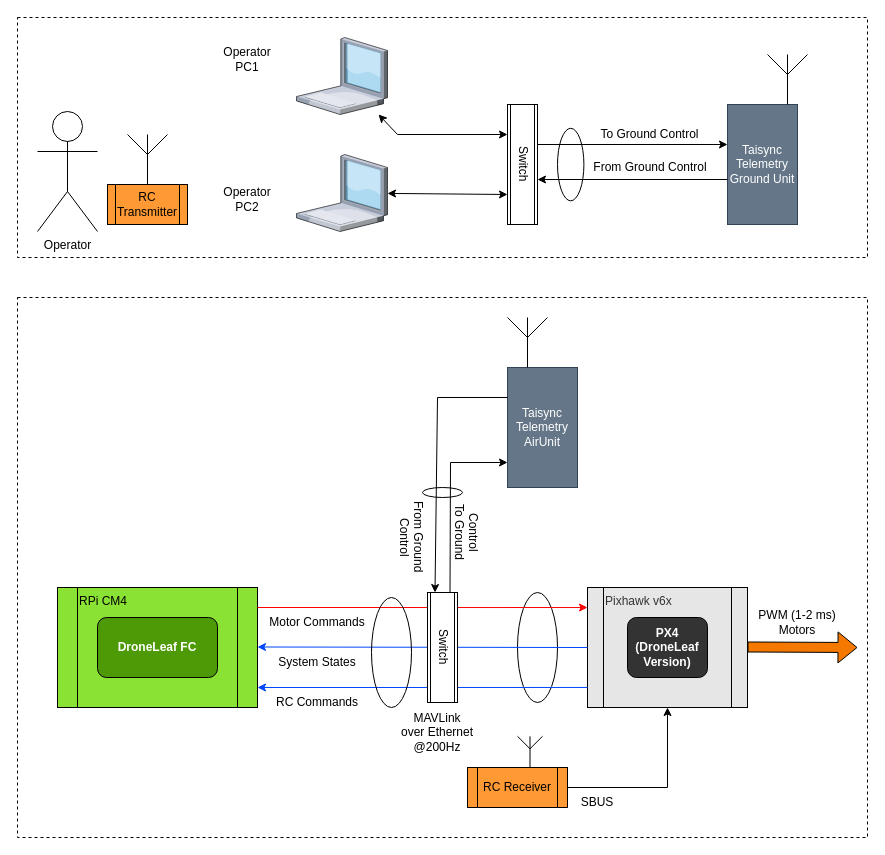
This is Guide/HEAR Software/Flight/VTOL/system_arch.drawio from DroneLeaf/HEAR_wiki, a draw.io file, before an edit. Source tidied: cells renumbered, new cells numbered last; positions are measured from the earlier drawing's top-left corner, leaving out a move shared by most shapes. Both pictures are drawn from the tidied source at 100%, with x=0, y=0 at pixel (17, 17).
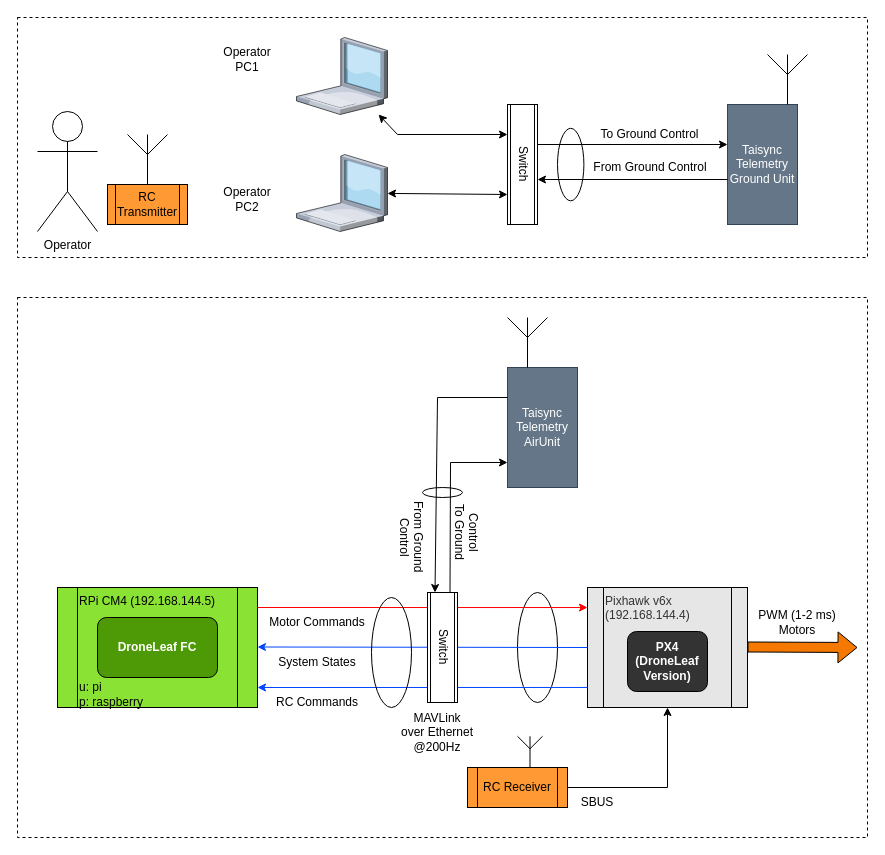
The same diagram, later.

Change to the diagram source:
```diff
@@
-    <mxCell id="6" value="&lt;font color=&quot;#333333&quot;&gt;Pixhawk v6x&lt;/font&gt;" style="shape=process;whiteSpace=wrap;html=1;backgroundOutline=1;align=left;verticalAlign=top;fillColor=#E6E6E6;" parent="1" vertex="1">
+    <mxCell id="6" value="&lt;font color=&quot;#333333&quot;&gt;Pixhawk v6x (192.168.144.4)&lt;/font&gt;" style="shape=process;whiteSpace=wrap;html=1;backgroundOutline=1;align=left;verticalAlign=top;fillColor=#E6E6E6;" parent="1" vertex="1">
       <mxGeometry x="570" y="570" width="160" height="120" as="geometry" />
     </mxCell>
@@
     <mxCell id="8" value="PX4&lt;br&gt;(DroneLeaf Version)" style="rounded=1;whiteSpace=wrap;html=1;fontStyle=1;fontColor=#FFFFFF;fillColor=#333333;" parent="1" vertex="1">
-      <mxGeometry x="610" y="600" width="80" height="60" as="geometry" />
+      <mxGeometry x="610" y="614" width="80" height="60" as="geometry" />
     </mxCell>
@@
-    <mxCell id="12" value="RPi CM4" style="shape=process;whiteSpace=wrap;html=1;backgroundOutline=1;align=left;verticalAlign=top;fillColor=#8AE234;" parent="1" vertex="1">
+    <mxCell id="12" value="RPi CM4 (192.168.144.5)&lt;br&gt;&lt;br&gt;&lt;br&gt;&lt;br&gt;&lt;br&gt;&lt;br&gt;u: pi&lt;br&gt;p: raspberry" style="shape=process;whiteSpace=wrap;html=1;backgroundOutline=1;align=left;verticalAlign=top;fillColor=#8AE234;" parent="1" vertex="1">
       <mxGeometry x="40" y="570" width="200" height="120" as="geometry" />
     </mxCell>
```
